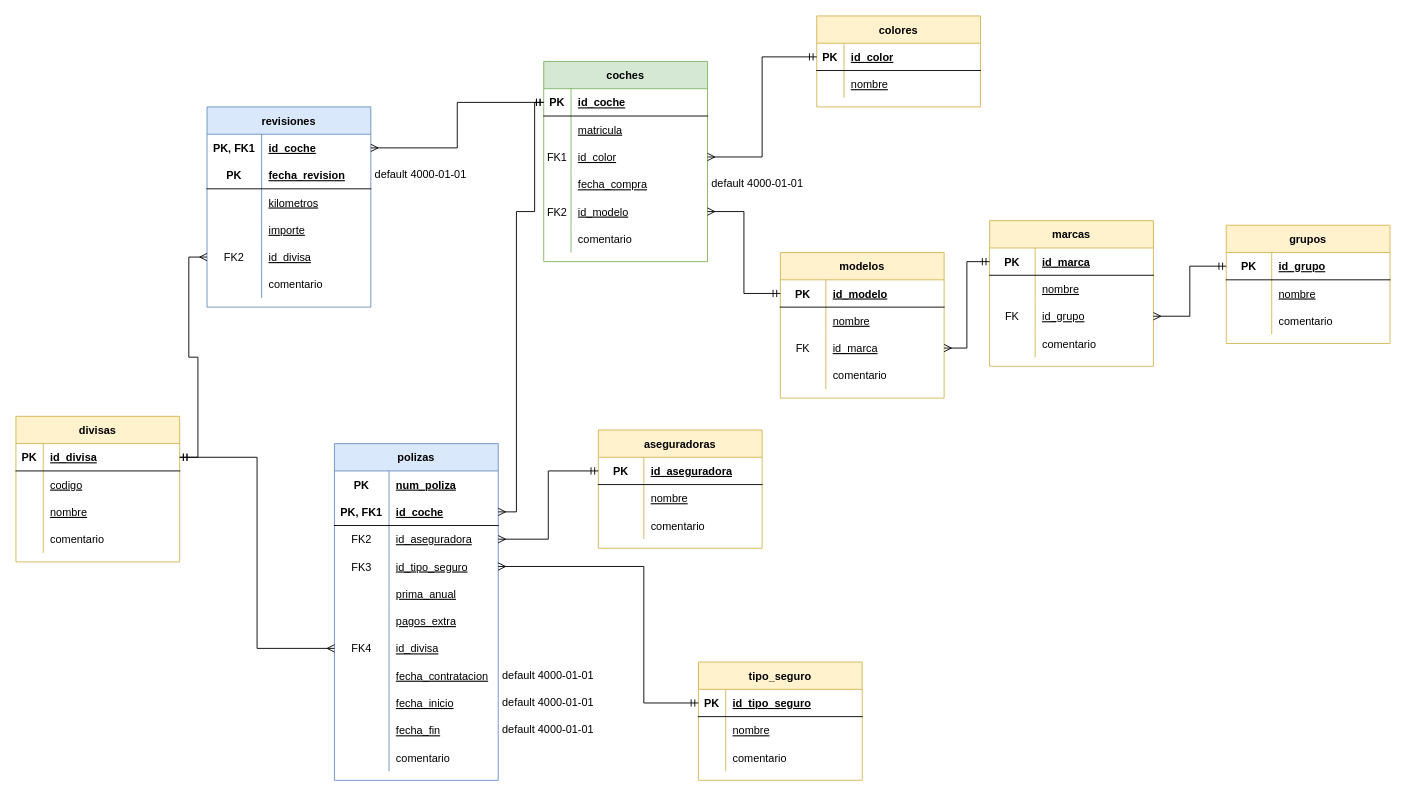
This is diagrama_ekaterina_eremina.drawio from ekaterinaleks/practica_modelado_datos_sql, a draw.io file, before an edit. Source tidied: cells renumbered, new cells numbered last; positions are measured from the earlier drawing's top-left corner, leaving out a move shared by most shapes. Both pictures are drawn from the tidied source at 91%, with x=0, y=0 at pixel (15, 15).
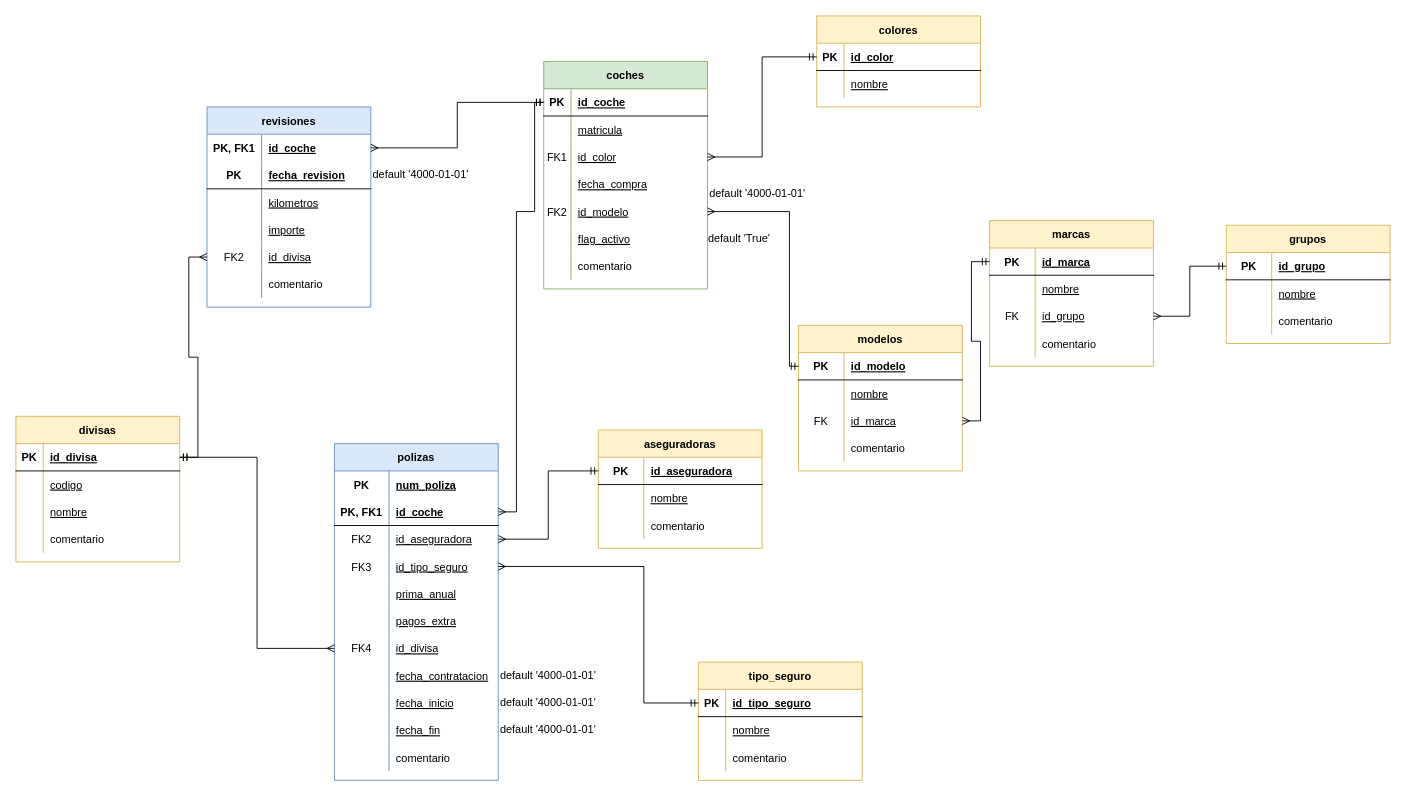
Above is the later version.

Commit message (it also covers changes not shown here):
Added the flag for active/inactive

The change refers to these unchanged cells:
```xml
<mxCell id="15" style="shape=tableRow;horizontal=0;startSize=0;swimlaneHead=0;swimlaneBody=0;fillColor=none;points=[[0,0.5],[1,0.5]];portConstraint=eastwest;top=0;left=0;right=0;bottom=0;" parent="2" vertex="1">
  <mxGeometry y="150" width="180" height="30" as="geometry" />
</mxCell>
<mxCell id="18" style="shape=tableRow;horizontal=0;startSize=0;swimlaneHead=0;swimlaneBody=0;fillColor=none;top=0;left=0;right=0;bottom=0;" parent="2" vertex="1">
  <mxGeometry y="180" width="180" height="30" as="geometry" />
</mxCell>
<mxCell id="75" style="shape=tableRow;horizontal=0;startSize=0;swimlaneHead=0;swimlaneBody=0;fillColor=none;points=[[0,0.5],[1,0.5]];portConstraint=eastwest;top=0;left=0;right=0;bottom=1;" parent="74" vertex="1">
  <mxGeometry y="30" width="180" height="30" as="geometry" />
</mxCell>
```

Diff of the diagram source:
```diff
@@
     <mxCell id="2" value="coches" style="shape=table;startSize=30;childLayout=tableLayout;rowLines=0;fontStyle=1;align=center;fillColor=#d5e8d4;strokeColor=#82b366;" parent="1" vertex="1">
-      <mxGeometry x="580" y="50" width="180" height="220" as="geometry" />
+      <mxGeometry x="580" y="50" width="180" height="250" as="geometry" />
     </mxCell>
@@
-    <mxCell id="20" value="comentario" style="shape=partialRectangle;fillColor=none;top=0;left=0;bottom=0;right=0;align=left;spacingLeft=6;overflow=hidden;" parent="18" vertex="1">
+    <mxCell id="20" value="flag_activo" style="shape=partialRectangle;fillColor=none;top=0;left=0;bottom=0;right=0;align=left;spacingLeft=6;overflow=hidden;fontStyle=4;" parent="18" vertex="1">
       <mxGeometry x="30" width="150" height="30" as="geometry" />
     </mxCell>
+    <mxCell id="165" style="shape=tableRow;horizontal=0;startSize=0;swimlaneHead=0;swimlaneBody=0;fillColor=none;top=0;left=0;right=0;bottom=0;" parent="2" vertex="1">
+      <mxGeometry y="210" width="180" height="30" as="geometry" />
+    </mxCell>
+    <mxCell id="166" style="shape=partialRectangle;fillColor=none;top=0;left=0;bottom=0;right=0;overflow=hidden;" parent="165" vertex="1">
+      <mxGeometry width="30" height="30" as="geometry" />
+    </mxCell>
+    <mxCell id="167" value="comentario" style="shape=partialRectangle;fillColor=none;top=0;left=0;bottom=0;right=0;align=left;spacingLeft=6;overflow=hidden;" parent="165" vertex="1">
+      <mxGeometry x="30" width="150" height="30" as="geometry" />
+    </mxCell>
@@
     <mxCell id="74" value="modelos" style="shape=table;startSize=30;childLayout=tableLayout;rowLines=0;fontStyle=1;align=center;fillColor=#fff2cc;strokeColor=#d6b656;" parent="1" vertex="1">
-      <mxGeometry x="840" y="260" width="180" height="160" as="geometry" />
+      <mxGeometry x="860" y="340" width="180" height="160" as="geometry" />
     </mxCell>
@@
-    <mxCell id="135" value="default 4000-01-01" style="text;html=1;strokeColor=none;fillColor=none;align=center;verticalAlign=middle;whiteSpace=wrap;rounded=0;" parent="1" vertex="1">
+    <mxCell id="135" value="default '4000-01-01'" style="text;html=1;strokeColor=none;fillColor=none;align=center;verticalAlign=middle;whiteSpace=wrap;rounded=0;" parent="1" vertex="1">
       <mxGeometry x="530" y="740" width="110" height="30" as="geometry" />
     </mxCell>
-    <mxCell id="136" value="default 4000-01-01" style="text;html=1;strokeColor=none;fillColor=none;align=center;verticalAlign=middle;whiteSpace=wrap;rounded=0;" parent="1" vertex="1">
-      <mxGeometry x="760" y="170" width="110" height="30" as="geometry" />
+    <mxCell id="136" value="default 'True'" style="text;html=1;strokeColor=none;fillColor=none;align=center;verticalAlign=middle;whiteSpace=wrap;rounded=0;" parent="1" vertex="1">
+      <mxGeometry x="740" y="230" width="110" height="30" as="geometry" />
     </mxCell>
-    <mxCell id="137" value="default 4000-01-01" style="text;html=1;strokeColor=none;fillColor=none;align=center;verticalAlign=middle;whiteSpace=wrap;rounded=0;" parent="1" vertex="1">
+    <mxCell id="137" value="default '4000-01-01'" style="text;html=1;strokeColor=none;fillColor=none;align=center;verticalAlign=middle;whiteSpace=wrap;rounded=0;" parent="1" vertex="1">
       <mxGeometry x="390" y="160" width="110" height="30" as="geometry" />
     </mxCell>
@@
     <mxCell id="148" style="edgeStyle=orthogonalEdgeStyle;rounded=0;jettySize=auto;html=1;exitX=1;exitY=0.5;exitDx=0;exitDy=0;entryX=0;entryY=0.5;entryDx=0;entryDy=0;startArrow=ERmany;startFill=0;endArrow=ERmandOne;endFill=0;" parent="1" edge="1" source="15" target="75">
-      <mxGeometry relative="1" as="geometry" />
+      <mxGeometry relative="1" as="geometry">
+        <Array as="points">
+          <mxPoint x="850" y="215" />
+          <mxPoint x="850" y="385" />
+        </Array>
+      </mxGeometry>
     </mxCell>
@@
-    <mxCell id="154" value="default 4000-01-01" style="text;html=1;strokeColor=none;fillColor=none;align=center;verticalAlign=middle;whiteSpace=wrap;rounded=0;" parent="1" vertex="1">
+    <mxCell id="154" value="default '4000-01-01'" style="text;html=1;strokeColor=none;fillColor=none;align=center;verticalAlign=middle;whiteSpace=wrap;rounded=0;" parent="1" vertex="1">
       <mxGeometry x="530" y="770" width="110" height="30" as="geometry" />
     </mxCell>
@@
-    <mxCell id="156" value="default 4000-01-01" style="text;html=1;strokeColor=none;fillColor=none;align=center;verticalAlign=middle;whiteSpace=wrap;rounded=0;" parent="1" vertex="1">
+    <mxCell id="156" value="default '4000-01-01'" style="text;html=1;strokeColor=none;fillColor=none;align=center;verticalAlign=middle;whiteSpace=wrap;rounded=0;" parent="1" vertex="1">
       <mxGeometry x="530" y="710" width="110" height="30" as="geometry" />
     </mxCell>
@@
+    <mxCell id="168" value="default '4000-01-01'" style="text;html=1;strokeColor=none;fillColor=none;align=center;verticalAlign=middle;whiteSpace=wrap;rounded=0;" parent="1" vertex="1">
+      <mxGeometry x="760" y="180" width="110" height="30" as="geometry" />
+    </mxCell>
```
